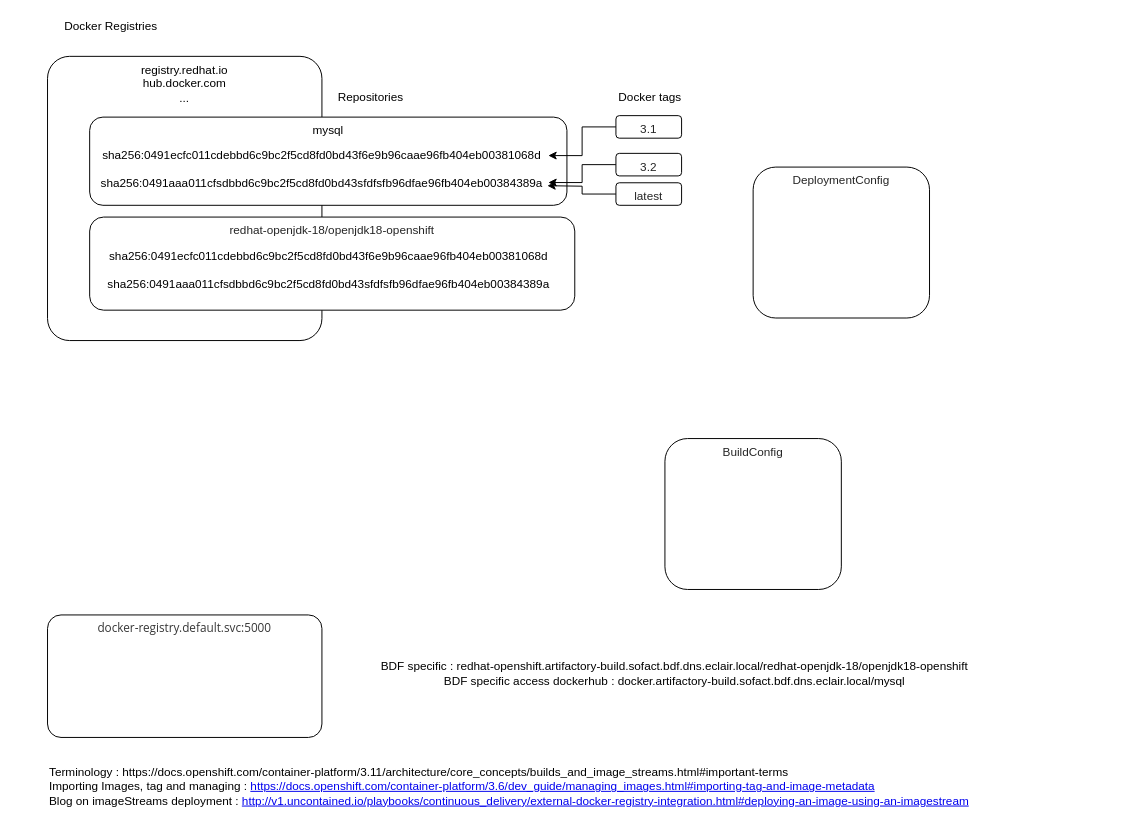
Before: openshift images concepts.drawio in seb54000/drawio, a draw.io diagram. Source tidied: cells renumbered, new cells numbered last; positions are measured from the earlier drawing's top-left corner, leaving out a move shared by most shapes. Both pictures are drawn from the tidied source at 98%, with x=0, y=0 at pixel (47, 17).
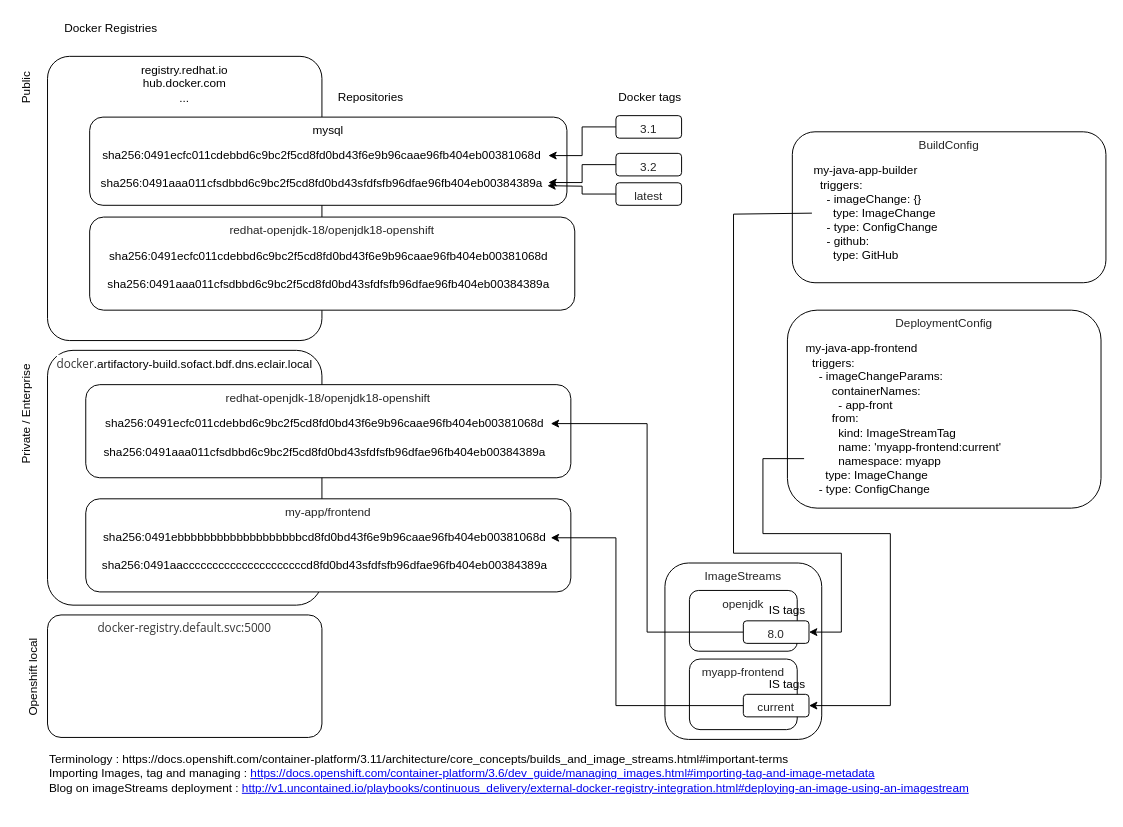
Above is the later version.

The edit, as a diff of the source:
```diff
@@
     <mxCell id="2" value="Docker Registries" style="text;html=1;strokeColor=none;fillColor=none;align=center;verticalAlign=middle;whiteSpace=wrap;rounded=0;" parent="1" vertex="1">
-      <mxGeometry width="130" height="20" as="geometry" />
+      <mxGeometry y="2" width="130" height="20" as="geometry" />
     </mxCell>
@@
-    <mxCell id="8" value="BDF specific :&amp;nbsp;redhat-openshift.artifactory-build.sofact.bdf.dns.eclair.local/redhat-openjdk-18/openjdk18-openshift&lt;br&gt;BDF specific access dockerhub :&amp;nbsp;docker.artifactory-build.sofact.bdf.dns.eclair.local/mysql" style="text;html=1;strokeColor=none;fillColor=none;align=center;verticalAlign=middle;whiteSpace=wrap;rounded=0;" parent="1" vertex="1">
-      <mxGeometry x="230" y="650" width="820" height="40" as="geometry" />
-    </mxCell>
@@
+    <mxCell id="20" value="Terminology :&amp;nbsp;https://docs.openshift.com/container-platform/3.11/architecture/core_concepts/builds_and_image_streams.html#important-terms&lt;br&gt;Importing Images, tag and managing :&amp;nbsp;&lt;a href=&quot;https://docs.openshift.com/container-platform/3.6/dev_guide/managing_images.html#importing-tag-and-image-metadata&quot;&gt;https://docs.openshift.com/container-platform/3.6/dev_guide/managing_images.html#importing-tag-and-image-metadata&lt;/a&gt;&lt;br&gt;Blog on imageStreams deployment :&amp;nbsp;&lt;a href=&quot;http://v1.uncontained.io/playbooks/continuous_delivery/external-docker-registry-integration.html#deploying-an-image-using-an-imagestream&quot;&gt;http://v1.uncontained.io/playbooks/continuous_delivery/external-docker-registry-integration.html#deploying-an-image-using-an-imagestream&lt;/a&gt;" style="text;html=1;strokeColor=none;fillColor=none;align=left;verticalAlign=middle;whiteSpace=wrap;rounded=0;" parent="1" vertex="1">
+      <mxGeometry y="747" width="970" height="50" as="geometry" />
+    </mxCell>
+    <mxCell id="21" value="&lt;span style=&quot;color: rgb(54 , 54 , 54) ; font-family: &amp;#34;open sans&amp;#34; , &amp;#34;helvetica&amp;#34; , &amp;#34;arial&amp;#34; , sans-serif ; background-color: rgb(255 , 255 , 255)&quot;&gt;docker&lt;/span&gt;.artifactory-build.sofact.bdf.dns.eclair.local" style="rounded=1;whiteSpace=wrap;html=1;verticalAlign=top;arcSize=10;" parent="1" vertex="1">
+      <mxGeometry y="340" width="280" height="260" as="geometry" />
+    </mxCell>
+    <mxCell id="22" value="Public" style="text;html=1;strokeColor=none;fillColor=none;align=center;verticalAlign=middle;whiteSpace=wrap;rounded=0;rotation=-90;" parent="1" vertex="1">
+      <mxGeometry x="-50" y="62" width="57" height="20" as="geometry" />
+    </mxCell>
+    <mxCell id="23" value="Private / Enterprise" style="text;html=1;strokeColor=none;fillColor=none;align=center;verticalAlign=middle;whiteSpace=wrap;rounded=0;rotation=-90;" parent="1" vertex="1">
+      <mxGeometry x="-85" y="395" width="127" height="20" as="geometry" />
+    </mxCell>
+    <mxCell id="24" value="Openshift local" style="text;html=1;strokeColor=none;fillColor=none;align=center;verticalAlign=middle;whiteSpace=wrap;rounded=0;rotation=-90;" parent="1" vertex="1">
+      <mxGeometry x="-78" y="663.5" width="127" height="20" as="geometry" />
+    </mxCell>
+    <mxCell id="25" value="&lt;span style=&quot;color: rgb(37 , 37 , 37) ; font-family: &amp;#34;red hat text&amp;#34; , &amp;#34;overpass&amp;#34; , &amp;#34;helvetica&amp;#34; , sans-serif ; text-align: left ; background-color: rgb(255 , 255 , 255)&quot;&gt;&lt;font style=&quot;font-size: 12px&quot;&gt;redhat-openjdk-18/openjdk18-openshift&lt;/font&gt;&lt;/span&gt;" style="rounded=1;whiteSpace=wrap;html=1;verticalAlign=top;" parent="1" vertex="1">
+      <mxGeometry x="39" y="375" width="495" height="95" as="geometry" />
+    </mxCell>
+    <mxCell id="26" value="sha256:0491ecfc011cdebbd6c9bc2f5cd8fd0bd43f6e9b96caae96fb404eb00381068d&lt;br&gt;&lt;br&gt;sha256:0491aaa011cfsdbbd6c9bc2f5cd8fd0bd43sfdfsfb96dfae96fb404eb00384389a" style="text;html=1;strokeColor=none;fillColor=none;align=center;verticalAlign=middle;whiteSpace=wrap;rounded=0;" parent="1" vertex="1">
+      <mxGeometry x="51.5" y="401" width="462" height="55" as="geometry" />
+    </mxCell>
+    <mxCell id="27" value="&lt;span style=&quot;color: rgb(37 , 37 , 37) ; font-family: &amp;#34;red hat text&amp;#34; , &amp;#34;overpass&amp;#34; , &amp;#34;helvetica&amp;#34; , sans-serif ; text-align: left ; background-color: rgb(255 , 255 , 255)&quot;&gt;&lt;font style=&quot;font-size: 12px&quot;&gt;my-app/frontend&lt;/font&gt;&lt;/span&gt;" style="rounded=1;whiteSpace=wrap;html=1;verticalAlign=top;" parent="1" vertex="1">
+      <mxGeometry x="39" y="491.5" width="495" height="95" as="geometry" />
+    </mxCell>
+    <mxCell id="28" value="sha256:0491ebbbbbbbbbbbbbbbbbbbcd8fd0bd43f6e9b96caae96fb404eb00381068d&lt;br&gt;&lt;br&gt;sha256:0491aacccccccccccccccccccccd8fd0bd43sfdfsfb96dfae96fb404eb00384389a" style="text;html=1;strokeColor=none;fillColor=none;align=center;verticalAlign=middle;whiteSpace=wrap;rounded=0;" parent="1" vertex="1">
+      <mxGeometry x="51.5" y="517.5" width="462" height="55" as="geometry" />
+    </mxCell>
+    <mxCell id="29" value="&lt;span style=&quot;color: rgb(37 , 37 , 37) ; font-family: &amp;#34;red hat text&amp;#34; , &amp;#34;overpass&amp;#34; , &amp;#34;helvetica&amp;#34; , sans-serif ; text-align: left ; background-color: rgb(255 , 255 , 255)&quot;&gt;&lt;font style=&quot;font-size: 12px&quot;&gt;ImageStreams&lt;/font&gt;&lt;/span&gt;" style="rounded=1;whiteSpace=wrap;html=1;verticalAlign=top;" parent="1" vertex="1">
+      <mxGeometry x="630" y="557" width="160" height="180" as="geometry" />
+    </mxCell>
+    <mxCell id="30" value="&lt;span style=&quot;color: rgb(37 , 37 , 37) ; font-family: &amp;#34;red hat text&amp;#34; , &amp;#34;overpass&amp;#34; , &amp;#34;helvetica&amp;#34; , sans-serif ; text-align: left ; background-color: rgb(255 , 255 , 255)&quot;&gt;&lt;font style=&quot;font-size: 12px&quot;&gt;openjdk&lt;/font&gt;&lt;/span&gt;" style="rounded=1;whiteSpace=wrap;html=1;verticalAlign=top;" parent="1" vertex="1">
+      <mxGeometry x="655" y="585" width="110" height="62" as="geometry" />
+    </mxCell>
+    <mxCell id="31" value="&lt;span style=&quot;color: rgb(37 , 37 , 37) ; font-family: &amp;#34;red hat text&amp;#34; , &amp;#34;overpass&amp;#34; , &amp;#34;helvetica&amp;#34; , sans-serif ; text-align: left ; background-color: rgb(255 , 255 , 255)&quot;&gt;&lt;font style=&quot;font-size: 12px&quot;&gt;myapp-frontend&lt;/font&gt;&lt;/span&gt;" style="rounded=1;whiteSpace=wrap;html=1;verticalAlign=top;" parent="1" vertex="1">
+      <mxGeometry x="655" y="655" width="110" height="72" as="geometry" />
+    </mxCell>
+    <mxCell id="32" style="edgeStyle=orthogonalEdgeStyle;rounded=0;jettySize=auto;html=1;exitX=0;exitY=0.5;exitDx=0;exitDy=0;entryX=1;entryY=0.25;entryDx=0;entryDy=0;" parent="1" edge="1" source="33" target="26">
+      <mxGeometry relative="1" as="geometry" />
+    </mxCell>
+    <mxCell id="33" value="&lt;span style=&quot;color: rgb(37 , 37 , 37) ; font-family: &amp;#34;red hat text&amp;#34; , &amp;#34;overpass&amp;#34; , &amp;#34;helvetica&amp;#34; , sans-serif ; text-align: left ; background-color: rgb(255 , 255 , 255)&quot;&gt;&lt;font style=&quot;font-size: 12px&quot;&gt;8.0&lt;/font&gt;&lt;/span&gt;" style="rounded=1;whiteSpace=wrap;html=1;verticalAlign=top;" parent="1" vertex="1">
+      <mxGeometry x="710" y="616" width="67" height="23" as="geometry" />
+    </mxCell>
+    <mxCell id="34" value="IS tags" style="text;html=1;strokeColor=none;fillColor=none;align=center;verticalAlign=middle;whiteSpace=wrap;rounded=0;" parent="1" vertex="1">
+      <mxGeometry x="720" y="596" width="70" height="20" as="geometry" />
+    </mxCell>
+    <mxCell id="35" style="edgeStyle=orthogonalEdgeStyle;rounded=0;jettySize=auto;html=1;exitX=0;exitY=0.5;exitDx=0;exitDy=0;entryX=1;entryY=0.25;entryDx=0;entryDy=0;" parent="1" edge="1" source="36" target="28">
+      <mxGeometry relative="1" as="geometry">
+        <Array as="points">
+          <mxPoint x="580" y="702" />
+          <mxPoint x="580" y="531" />
+        </Array>
+      </mxGeometry>
+    </mxCell>
+    <mxCell id="36" value="&lt;div style=&quot;text-align: left&quot;&gt;&lt;font color=&quot;#252525&quot; face=&quot;red hat text, overpass, helvetica, sans-serif&quot;&gt;&lt;span style=&quot;background-color: rgb(255 , 255 , 255)&quot;&gt;current&lt;/span&gt;&lt;/font&gt;&lt;/div&gt;" style="rounded=1;whiteSpace=wrap;html=1;verticalAlign=top;" parent="1" vertex="1">
+      <mxGeometry x="710" y="691" width="67" height="23" as="geometry" />
+    </mxCell>
+    <mxCell id="37" value="IS tags" style="text;html=1;strokeColor=none;fillColor=none;align=center;verticalAlign=middle;whiteSpace=wrap;rounded=0;" parent="1" vertex="1">
+      <mxGeometry x="720" y="671" width="70" height="20" as="geometry" />
+    </mxCell>
+    <mxCell id="38" style="group;" parent="1" vertex="1">
+      <mxGeometry x="760" y="117" width="320" height="154" as="geometry" />
+    </mxCell>
+    <mxCell id="19" value="&lt;span style=&quot;color: rgb(37 , 37 , 37) ; font-family: &amp;#34;red hat text&amp;#34; , &amp;#34;overpass&amp;#34; , &amp;#34;helvetica&amp;#34; , sans-serif ; background-color: rgb(255 , 255 , 255)&quot;&gt;&lt;font style=&quot;font-size: 12px&quot;&gt;BuildConfig&lt;br&gt;&lt;/font&gt;&lt;/span&gt;" style="rounded=1;whiteSpace=wrap;html=1;verticalAlign=top;align=center;" parent="38" vertex="1">
+      <mxGeometry width="320" height="154" as="geometry" />
+    </mxCell>
+    <mxCell id="39" value="my-java-app-builder&lt;br&gt;&lt;div&gt;&amp;nbsp; triggers:&lt;/div&gt;&lt;div&gt;&amp;nbsp; &amp;nbsp; - imageChange: {}&lt;/div&gt;&lt;div&gt;&amp;nbsp; &amp;nbsp; &amp;nbsp; type: ImageChange&lt;/div&gt;&lt;div&gt;&amp;nbsp; &amp;nbsp; - type: ConfigChange&lt;/div&gt;&lt;div&gt;&amp;nbsp; &amp;nbsp; - github:&lt;/div&gt;&lt;div&gt;&lt;span&gt;&amp;nbsp; &amp;nbsp; &amp;nbsp; type: GitHub&lt;/span&gt;&lt;br&gt;&lt;/div&gt;" style="text;html=1;strokeColor=none;fillColor=none;align=left;verticalAlign=middle;whiteSpace=wrap;rounded=0;" parent="38" vertex="1">
+      <mxGeometry x="20" y="29" width="240" height="108" as="geometry" />
+    </mxCell>
+    <mxCell id="40" style="group;" parent="1" vertex="1">
+      <mxGeometry x="755" y="299" width="320" height="202" as="geometry" />
+    </mxCell>
-    <mxCell id="18" value="&lt;span style=&quot;color: rgb(37 , 37 , 37) ; font-family: &amp;#34;red hat text&amp;#34; , &amp;#34;overpass&amp;#34; , &amp;#34;helvetica&amp;#34; , sans-serif ; text-align: left ; background-color: rgb(255 , 255 , 255)&quot;&gt;&lt;font style=&quot;font-size: 12px&quot;&gt;DeploymentConfig&lt;/font&gt;&lt;/span&gt;" style="rounded=1;whiteSpace=wrap;html=1;verticalAlign=top;" parent="1" vertex="1">
-      <mxGeometry x="720" y="153" width="180" height="154" as="geometry" />
+    <mxCell id="18" value="&lt;span style=&quot;color: rgb(37 , 37 , 37) ; font-family: &amp;#34;red hat text&amp;#34; , &amp;#34;overpass&amp;#34; , &amp;#34;helvetica&amp;#34; , sans-serif ; text-align: left ; background-color: rgb(255 , 255 , 255)&quot;&gt;&lt;font style=&quot;font-size: 12px&quot;&gt;DeploymentConfig&lt;/font&gt;&lt;/span&gt;" style="rounded=1;whiteSpace=wrap;html=1;verticalAlign=top;" parent="40" vertex="1">
+      <mxGeometry width="320" height="202" as="geometry" />
     </mxCell>
-    <mxCell id="19" value="&lt;span style=&quot;color: rgb(37 , 37 , 37) ; font-family: &amp;#34;red hat text&amp;#34; , &amp;#34;overpass&amp;#34; , &amp;#34;helvetica&amp;#34; , sans-serif ; text-align: left ; background-color: rgb(255 , 255 , 255)&quot;&gt;&lt;font style=&quot;font-size: 12px&quot;&gt;BuildConfig&lt;/font&gt;&lt;/span&gt;" style="rounded=1;whiteSpace=wrap;html=1;verticalAlign=top;" parent="1" vertex="1">
-      <mxGeometry x="630" y="430" width="180" height="154" as="geometry" />
-    </mxCell>
-    <mxCell id="20" value="Terminology :&amp;nbsp;https://docs.openshift.com/container-platform/3.11/architecture/core_concepts/builds_and_image_streams.html#important-terms&lt;br&gt;Importing Images, tag and managing :&amp;nbsp;&lt;a href=&quot;https://docs.openshift.com/container-platform/3.6/dev_guide/managing_images.html#importing-tag-and-image-metadata&quot;&gt;https://docs.openshift.com/container-platform/3.6/dev_guide/managing_images.html#importing-tag-and-image-metadata&lt;/a&gt;&lt;br&gt;Blog on imageStreams deployment :&amp;nbsp;&lt;a href=&quot;http://v1.uncontained.io/playbooks/continuous_delivery/external-docker-registry-integration.html#deploying-an-image-using-an-imagestream&quot;&gt;http://v1.uncontained.io/playbooks/continuous_delivery/external-docker-registry-integration.html#deploying-an-image-using-an-imagestream&lt;/a&gt;" style="text;html=1;strokeColor=none;fillColor=none;align=left;verticalAlign=middle;whiteSpace=wrap;rounded=0;" parent="1" vertex="1">
-      <mxGeometry y="760" width="970" height="50" as="geometry" />
-    </mxCell>
+    <mxCell id="41" value="my-java-app-frontend&lt;br&gt;&lt;div&gt;&lt;div&gt;&amp;nbsp; triggers:&lt;/div&gt;&lt;div&gt;&amp;nbsp; &amp;nbsp; - imageChangeParams:&lt;/div&gt;&lt;div&gt;&lt;span&gt;&amp;nbsp; &amp;nbsp; &amp;nbsp; &amp;nbsp; containerNames:&lt;/span&gt;&lt;br&gt;&lt;/div&gt;&lt;div&gt;&amp;nbsp; &amp;nbsp; &amp;nbsp; &amp;nbsp; &amp;nbsp; - app-front&lt;/div&gt;&lt;div&gt;&amp;nbsp; &amp;nbsp; &amp;nbsp; &amp;nbsp; from:&lt;/div&gt;&lt;div&gt;&amp;nbsp; &amp;nbsp; &amp;nbsp; &amp;nbsp; &amp;nbsp; kind: ImageStreamTag&lt;/div&gt;&lt;div&gt;&amp;nbsp; &amp;nbsp; &amp;nbsp; &amp;nbsp; &amp;nbsp; name: 'myapp-frontend:current'&lt;/div&gt;&lt;div&gt;&amp;nbsp; &amp;nbsp; &amp;nbsp; &amp;nbsp; &amp;nbsp; namespace: myapp&lt;/div&gt;&lt;div&gt;&amp;nbsp; &amp;nbsp; &amp;nbsp; type: ImageChange&lt;/div&gt;&lt;div&gt;&amp;nbsp; &amp;nbsp; - type: ConfigChange&lt;/div&gt;&lt;/div&gt;" style="text;html=1;strokeColor=none;fillColor=none;align=left;verticalAlign=middle;whiteSpace=wrap;rounded=0;" parent="40" vertex="1">
+      <mxGeometry x="17" y="30" width="293" height="162" as="geometry" />
+    </mxCell>
+    <mxCell id="42" style="edgeStyle=orthogonalEdgeStyle;rounded=0;jettySize=auto;html=1;exitX=0;exitY=0.5;exitDx=0;exitDy=0;entryX=1;entryY=0.5;entryDx=0;entryDy=0;" parent="1" edge="1" source="39" target="33">
+      <mxGeometry relative="1" as="geometry">
+        <Array as="points">
+          <mxPoint x="700" y="201" />
+          <mxPoint x="700" y="547" />
+          <mxPoint x="810" y="547" />
+          <mxPoint x="810" y="627" />
+        </Array>
+      </mxGeometry>
+    </mxCell>
+    <mxCell id="43" style="edgeStyle=orthogonalEdgeStyle;rounded=0;jettySize=auto;html=1;exitX=0;exitY=0.75;exitDx=0;exitDy=0;entryX=1;entryY=0.5;entryDx=0;entryDy=0;" parent="1" edge="1" source="41" target="36">
+      <mxGeometry relative="1" as="geometry">
+        <Array as="points">
+          <mxPoint x="730" y="450" />
+          <mxPoint x="730" y="527" />
+          <mxPoint x="860" y="527" />
+          <mxPoint x="860" y="702" />
+        </Array>
+      </mxGeometry>
+    </mxCell>
```
